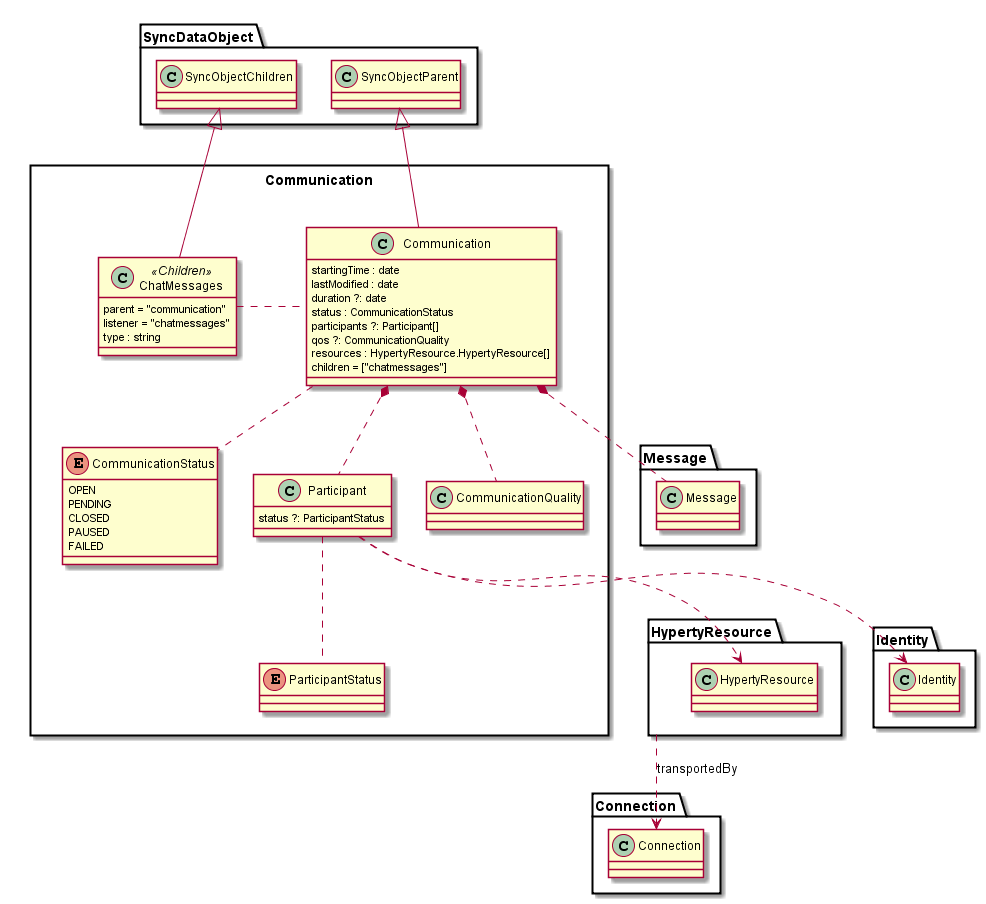
This is docs/datamodel/data-objects/communication/Communication-Data-Object-Model.png from reTHINK-project/dev-service-framework, a PlantUML export, as it was before one commit.
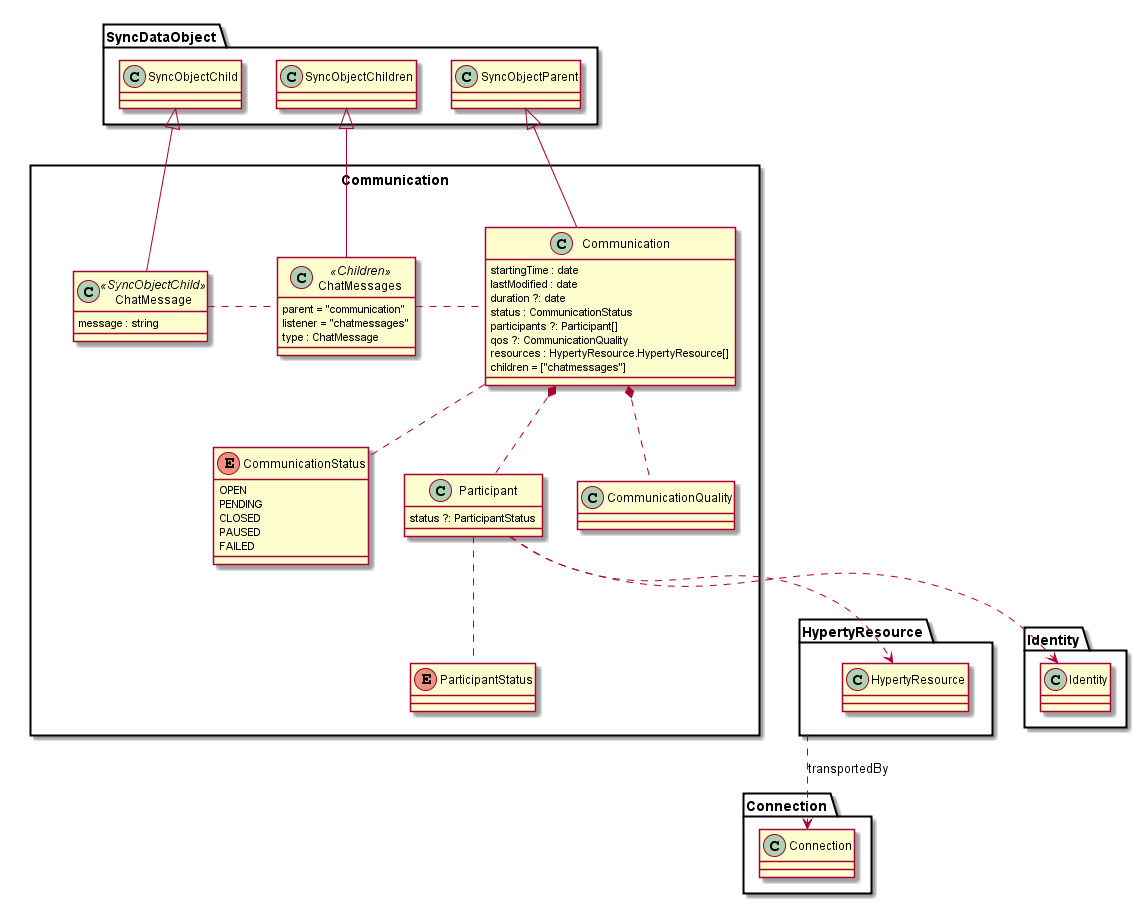
After the commit.

What changed in the source:
```diff
@@ -16,7 +16,11 @@
 	class ChatMessages <<Children>> {
 		parent = "communication"
 		listener = "chatmessages"
-		type : string
+		type : ChatMessage
+	}
+
+	class ChatMessage <<SyncObjectChild>> {
+		message : string
 	}
 
 	enum CommunicationStatus {
@@ -39,11 +43,12 @@
 
 	Communication -up-|> SyncDataObject.SyncObjectParent
 	ChatMessages -up-|> SyncDataObject.SyncObjectChildren
+	ChatMessage -up-|> SyncDataObject.SyncObjectChild
 	Communication .. CommunicationStatus
 	Communication .left. ChatMessages
+	ChatMessage .right. ChatMessages
 	Communication *.. Participant
 	Communication *.. CommunicationQuality
-	Communication *.. Message.Message
 	Participant .. ParticipantStatus
 	Participant ..> HypertyResource.HypertyResource
 	Participant ..> Identity.Identity
```
